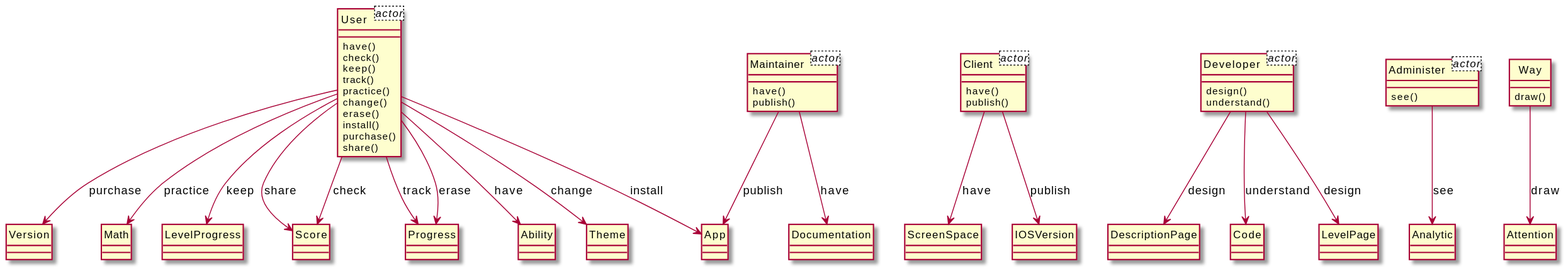
The PlantUML diagram output/diagram_5/2018-USC-Project07.svg in xixixhalu/DomainModelExtractor, before a commit.
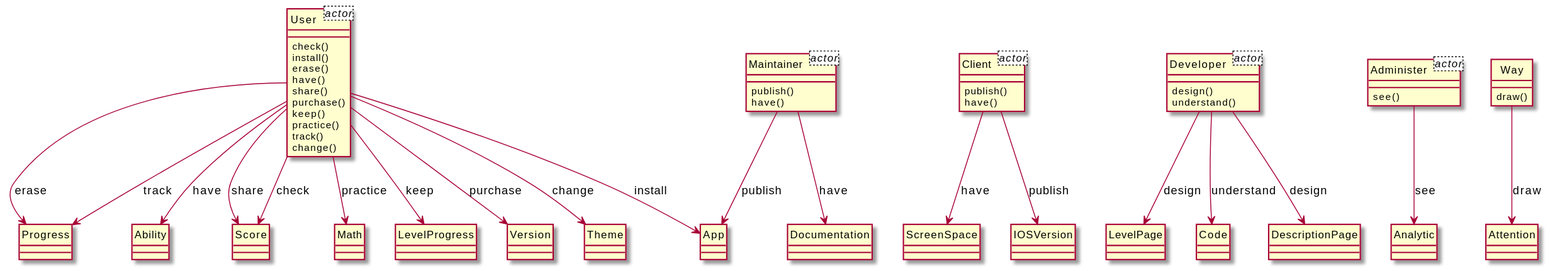
Above is the later version.

The edit, as a diff of the source:
```diff
@@ -10,85 +10,85 @@
 }
 class Administer<actor> {
 }
-class Way {
-	draw()
-}
-class Attention {
-}
 class User {
+	check()
+	install()
+	erase()
 	have()
-	check()
+	share()
+	purchase()
 	keep()
+	practice()
 	track()
-	practice()
 	change()
-	erase()
-	install()
-	purchase()
-	share()
-}
-class Score {
-}
-class Version {
-}
-class Math {
 }
 class LevelProgress {
 }
-class Maintainer {
-	have()
-	publish()
-}
-class App {
-}
-class Progress {
-}
-class Client {
-	have()
-	publish()
-}
-class ScreenSpace {
-}
-class IOSVersion {
-}
-class Documentation {
+class Score {
 }
 class Developer {
 	design()
 	understand()
 }
-class DescriptionPage {
+class LevelPage {
+}
+class Progress {
 }
 class Ability {
 }
+class Code {
+}
+class Client {
+	publish()
+	have()
+}
+class ScreenSpace {
+}
+class Maintainer {
+	publish()
+	have()
+}
+class Documentation {
+}
+class Math {
+}
+class App {
+}
+class Version {
+}
 class Theme {
 }
-class Code {
-}
-class LevelPage {
+class IOSVersion {
 }
 class Administer {
 	see()
 }
 class Analytic {
 }
+class DescriptionPage {
+}
+class Way {
+	draw()
+}
+class Attention {
+}
+User --> Version : purchase
+User --> Theme : change
+Administer --> Analytic : see
+Developer --> LevelPage : design
+Maintainer --> App : publish
+Developer --> DescriptionPage : design
+User --> Progress : erase
+User --> Ability : have
+Way --> Attention : draw
+User --> Progress : track
+Developer --> Code : understand
+User --> App : install
+User --> Score : check
+Client --> ScreenSpace : have
+Maintainer --> Documentation : have
+User --> Math : practice
+User --> LevelProgress : keep
+Client --> IOSVersion : publish
 User --> Score : share
-Developer --> DescriptionPage : design
-Developer --> LevelPage : design
-User --> Version : purchase
-User --> Ability : have
-User --> Progress : track
-User --> Math : practice
-User --> App : install
-User --> LevelProgress : keep
-Administer --> Analytic : see
-Maintainer --> Documentation : have
-User --> Score : check
-Maintainer --> App : publish
-User --> Progress : erase
-Client --> ScreenSpace : have
-Client --> IOSVersion : publish
-Way --> Attention : draw
-User --> Theme : change
-Developer --> Code : understand
 @enduml
```
